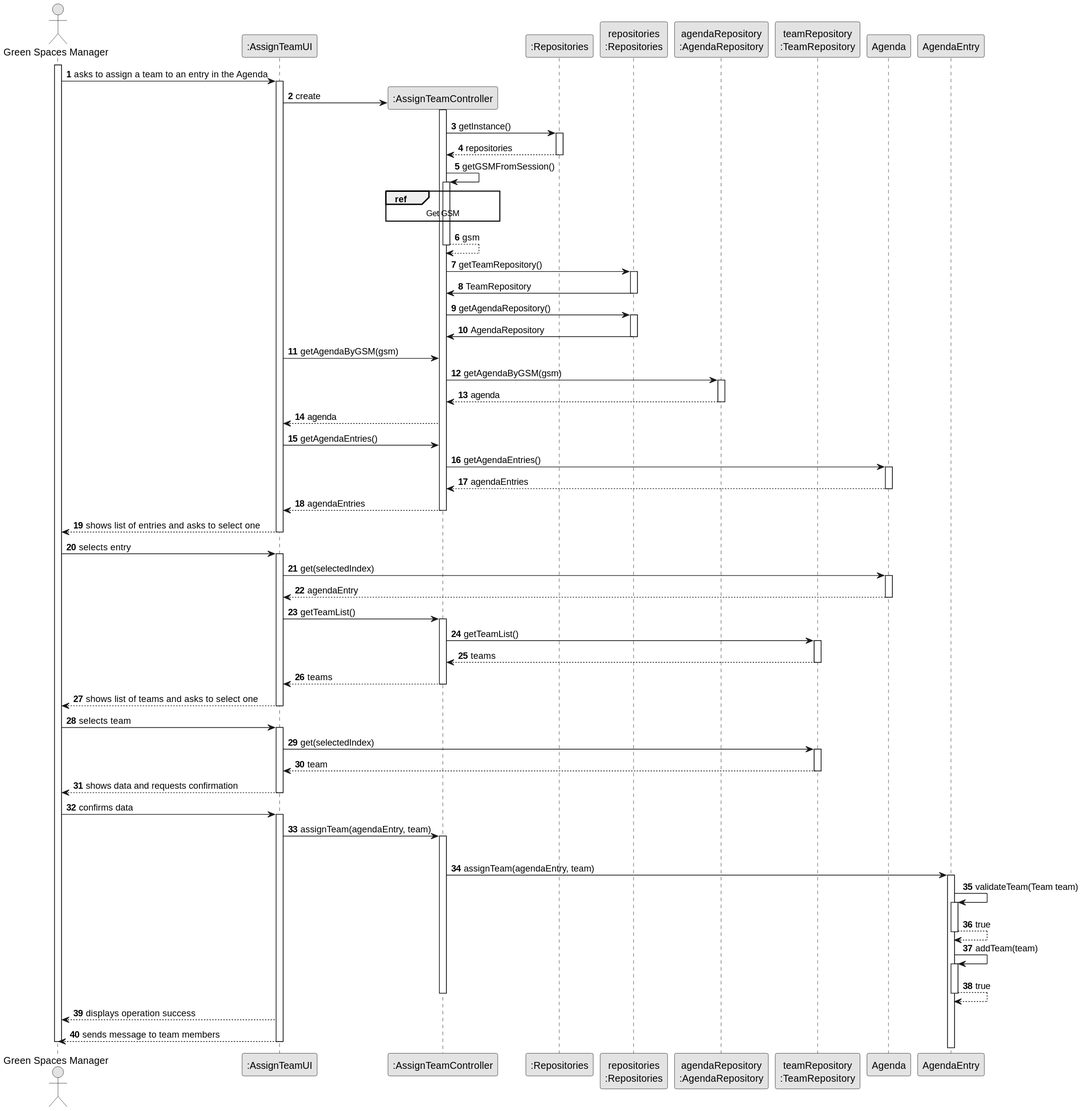
tiagosoa/lei-24-s2-1dgh-g073 keeps this PlantUML diagram as docs/sprint3/us023/03.design/svg/us023-sequence-diagram-full.svg. Above is the earlier version.
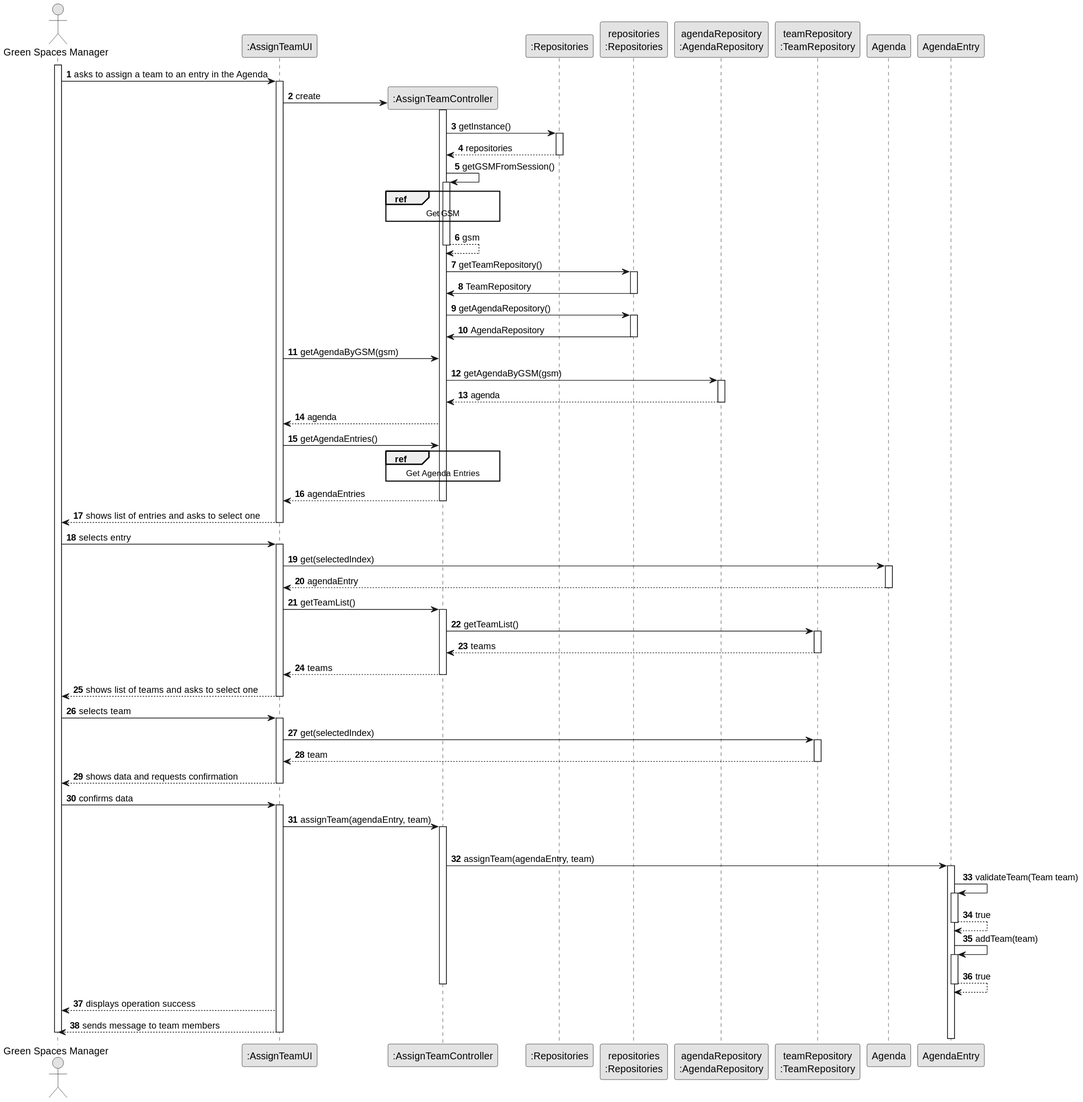
After the change.

Change to the diagram source:
```diff
@@ -64,11 +64,10 @@
 
 
                              UI -> CTRL : getAgendaEntries()
-                            CTRL -> AG : getAgendaEntries()
-                            activate AG
 
-                            AG --> CTRL : agendaEntries
-                            deactivate AG
+                            ref over CTRL
+                            Get Agenda Entries
+                            end
 
                             CTRL --> UI : agendaEntries
                             deactivate CTRL
@@ -138,8 +137,8 @@
 
                 ENTRADA -> ENTRADA: addTeam(team)
                 activate ENTRADA
-ENTRADA --> ENTRADA: true
-                                            deactivate ENTRADA
+                ENTRADA --> ENTRADA: true
+                deactivate ENTRADA
 
                 deactivate CTRL
 
```
